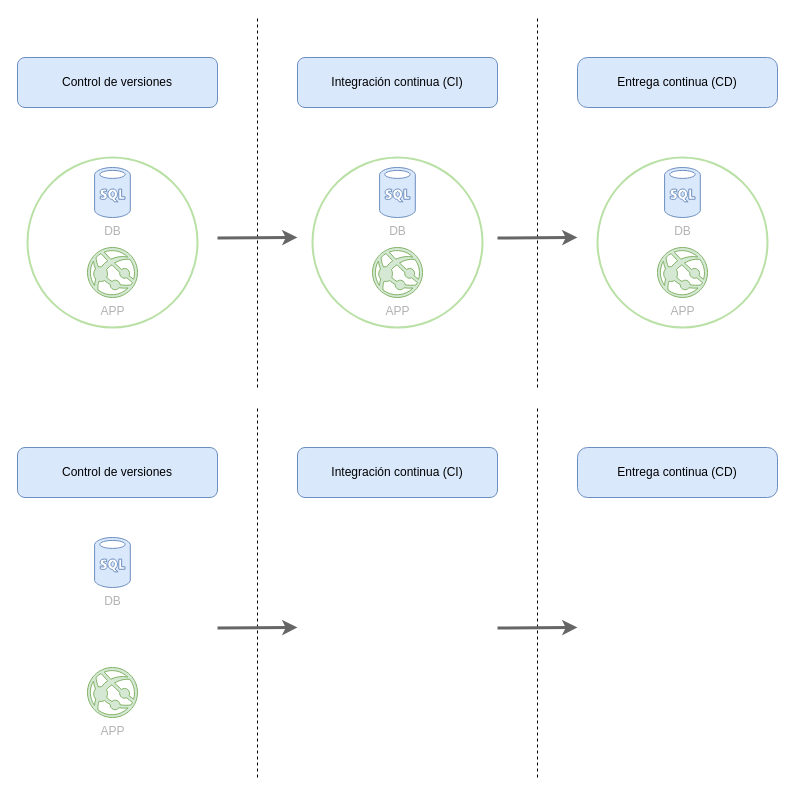
This is DevOpsForDBs.drawio from mpetrinidev/drawio-diagrams, a draw.io file, before an edit. Source tidied: cells renumbered, new cells numbered last; positions are measured from the earlier drawing's top-left corner, leaving out a move shared by most shapes. Both pictures are drawn from the tidied source at 100%, with x=0, y=0 at pixel (17, 17).
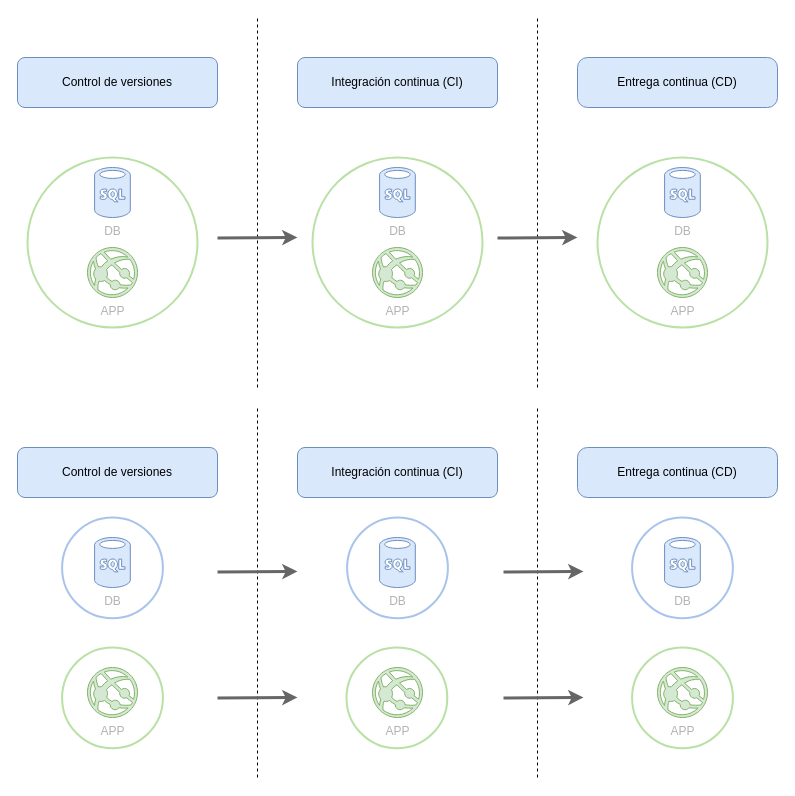
Above is the later version.

Diff of the diagram source:
```diff
@@
     <mxCell id="26" style="endArrow=classic;html=1;fontColor=#B3B3B3;fillColor=#f5f5f5;strokeColor=#666666;strokeWidth=3;" parent="1" edge="1">
       <mxGeometry relative="1" as="geometry">
-        <mxPoint x="200" y="610.5" as="sourcePoint" />
-        <mxPoint x="280" y="610" as="targetPoint" />
+        <mxPoint x="200" y="554.5" as="sourcePoint" />
+        <mxPoint x="280" y="554" as="targetPoint" />
       </mxGeometry>
     </mxCell>
     <mxCell id="27" style="endArrow=classic;html=1;fontColor=#B3B3B3;fillColor=#f5f5f5;strokeColor=#666666;strokeWidth=3;" parent="1" edge="1">
       <mxGeometry relative="1" as="geometry">
-        <mxPoint x="480" y="610.5" as="sourcePoint" />
-        <mxPoint x="560" y="610" as="targetPoint" />
+        <mxPoint x="486" y="554.5" as="sourcePoint" />
+        <mxPoint x="566" y="554" as="targetPoint" />
       </mxGeometry>
     </mxCell>
@@
+    <mxCell id="30" value="DB" style="verticalLabelPosition=bottom;html=1;verticalAlign=top;align=center;strokeColor=#6c8ebf;fillColor=#dae8fc;shape=mxgraph.azure.sql_database;fontColor=#B3B3B3;" parent="1" vertex="1">
+      <mxGeometry x="362.1" y="520" width="35.7" height="50" as="geometry" />
+    </mxCell>
+    <mxCell id="31" value="APP" style="verticalLabelPosition=bottom;html=1;verticalAlign=top;align=center;strokeColor=#82b366;fillColor=#d5e8d4;shape=mxgraph.azure.azure_website;fontColor=#B3B3B3;" parent="1" vertex="1">
+      <mxGeometry x="355" y="650" width="50" height="50" as="geometry" />
+    </mxCell>
+    <mxCell id="32" value="DB" style="verticalLabelPosition=bottom;html=1;verticalAlign=top;align=center;strokeColor=#6c8ebf;fillColor=#dae8fc;shape=mxgraph.azure.sql_database;fontColor=#B3B3B3;" parent="1" vertex="1">
+      <mxGeometry x="647.1" y="520" width="35.7" height="50" as="geometry" />
+    </mxCell>
+    <mxCell id="33" value="APP" style="verticalLabelPosition=bottom;html=1;verticalAlign=top;align=center;strokeColor=#82b366;fillColor=#d5e8d4;shape=mxgraph.azure.azure_website;fontColor=#B3B3B3;" parent="1" vertex="1">
+      <mxGeometry x="640" y="650" width="50" height="50" as="geometry" />
+    </mxCell>
+    <mxCell id="34" style="endArrow=classic;html=1;fontColor=#B3B3B3;fillColor=#f5f5f5;strokeColor=#666666;strokeWidth=3;" parent="1" edge="1">
+      <mxGeometry relative="1" as="geometry">
+        <mxPoint x="200" y="680.5" as="sourcePoint" />
+        <mxPoint x="280" y="680" as="targetPoint" />
+      </mxGeometry>
+    </mxCell>
+    <mxCell id="35" style="endArrow=classic;html=1;fontColor=#B3B3B3;fillColor=#f5f5f5;strokeColor=#666666;strokeWidth=3;" parent="1" edge="1">
+      <mxGeometry relative="1" as="geometry">
+        <mxPoint x="486" y="680.5" as="sourcePoint" />
+        <mxPoint x="566" y="680" as="targetPoint" />
+      </mxGeometry>
+    </mxCell>
+    <mxCell id="36" style="group;fontColor=#B3B3B3;" parent="1" vertex="1">
+      <mxGeometry x="44.6" y="630" width="100.8" height="110" as="geometry" />
+    </mxCell>
+    <mxCell id="37" style="ellipse;whiteSpace=wrap;html=1;fillColor=none;strokeColor=#B9E0A5;strokeWidth=2;" parent="36" vertex="1">
+      <mxGeometry width="100.8" height="100.8" as="geometry" />
+    </mxCell>
+    <mxCell id="38" style="group;fontColor=#B3B3B3;" parent="1" vertex="1">
+      <mxGeometry x="329" y="630" width="100.8" height="110" as="geometry" />
+    </mxCell>
+    <mxCell id="39" style="ellipse;whiteSpace=wrap;html=1;fillColor=none;strokeColor=#B9E0A5;strokeWidth=2;" parent="38" vertex="1">
+      <mxGeometry width="100.8" height="100.8" as="geometry" />
+    </mxCell>
+    <mxCell id="40" style="group;fontColor=#B3B3B3;" parent="1" vertex="1">
+      <mxGeometry x="614.6" y="630" width="100.8" height="110" as="geometry" />
+    </mxCell>
+    <mxCell id="41" style="ellipse;whiteSpace=wrap;html=1;fillColor=none;strokeColor=#B9E0A5;strokeWidth=2;" parent="40" vertex="1">
+      <mxGeometry width="100.8" height="100.8" as="geometry" />
+    </mxCell>
+    <mxCell id="42" style="group;fontColor=#B3B3B3;" parent="1" vertex="1">
+      <mxGeometry x="44.6" y="500" width="100.8" height="110" as="geometry" />
+    </mxCell>
+    <mxCell id="43" style="ellipse;whiteSpace=wrap;html=1;fillColor=none;strokeColor=#A9C4EB;strokeWidth=2;" parent="42" vertex="1">
+      <mxGeometry width="100.8" height="100.8" as="geometry" />
+    </mxCell>
+    <mxCell id="44" style="ellipse;whiteSpace=wrap;html=1;fillColor=none;strokeColor=#A9C4EB;strokeWidth=2;" parent="1" vertex="1">
+      <mxGeometry x="329.6" y="500" width="100.8" height="100.8" as="geometry" />
+    </mxCell>
+    <mxCell id="45" style="ellipse;whiteSpace=wrap;html=1;fillColor=none;strokeColor=#A9C4EB;strokeWidth=2;" parent="1" vertex="1">
+      <mxGeometry x="614.6" y="500" width="100.8" height="100.8" as="geometry" />
+    </mxCell>
```
